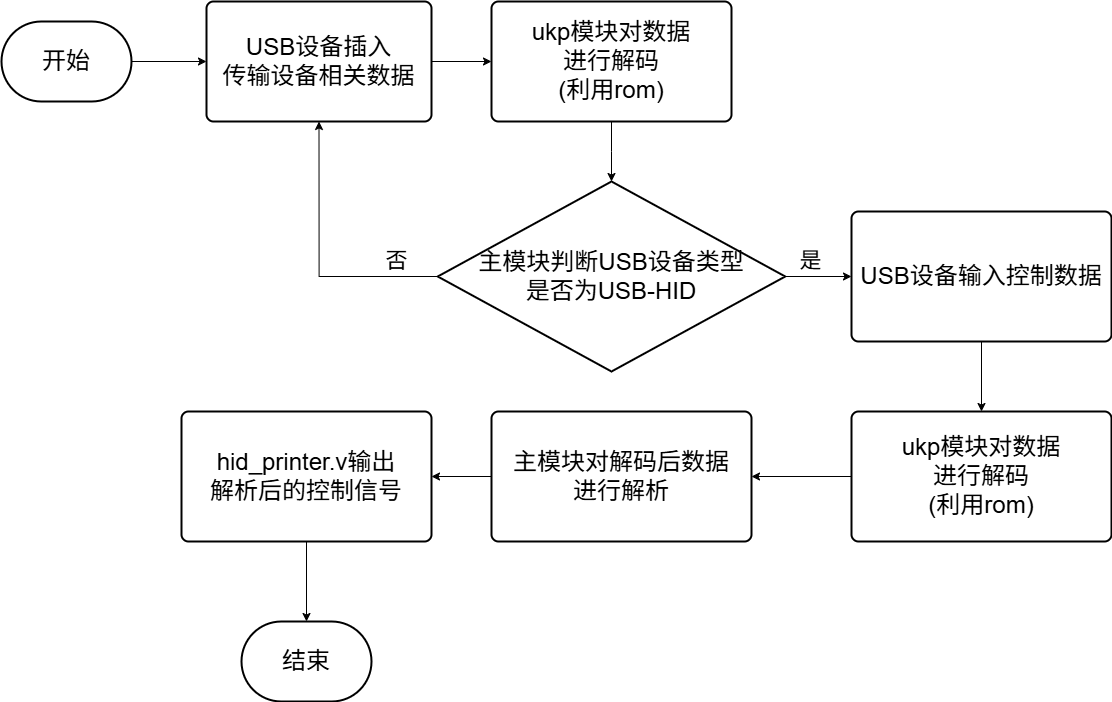
maple-m117/bysj_etc. keeps this draw.io diagram as USB-HOST_driver.png. Above is the earlier version. Source tidied: cells renumbered, new cells last; positions are measured from the earlier drawing's top-left corner, leaving out a move shared by most shapes.
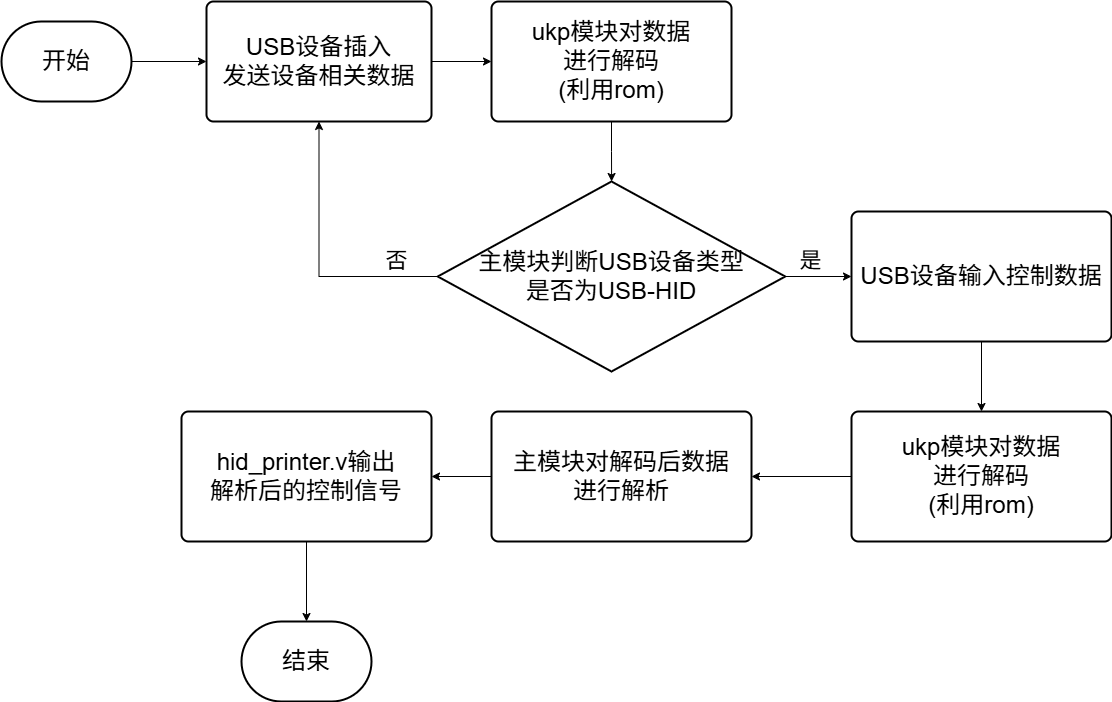
Later version of the same file.

Change to the diagram source:
```diff
@@ -11,7 +11,7 @@
     <mxCell id="4" style="edgeStyle=orthogonalEdgeStyle;rounded=0;jettySize=auto;html=1;" parent="1" edge="1" source="5" target="7">
       <mxGeometry relative="1" as="geometry" />
     </mxCell>
-    <mxCell id="5" value="USB设备插入&lt;div&gt;传输设备相关数据&lt;/div&gt;" style="rounded=1;whiteSpace=wrap;html=1;absoluteArcSize=1;arcSize=14;strokeWidth=2;fontSize=24;" parent="1" vertex="1">
+    <mxCell id="5" value="USB设备插入&lt;div&gt;发送设备相关数据&lt;/div&gt;" style="rounded=1;whiteSpace=wrap;html=1;absoluteArcSize=1;arcSize=14;strokeWidth=2;fontSize=24;" parent="1" vertex="1">
       <mxGeometry x="205" width="225" height="120" as="geometry" />
     </mxCell>
     <mxCell id="6" style="edgeStyle=orthogonalEdgeStyle;rounded=0;jettySize=auto;html=1;" parent="1" edge="1" source="7" target="12">
```
